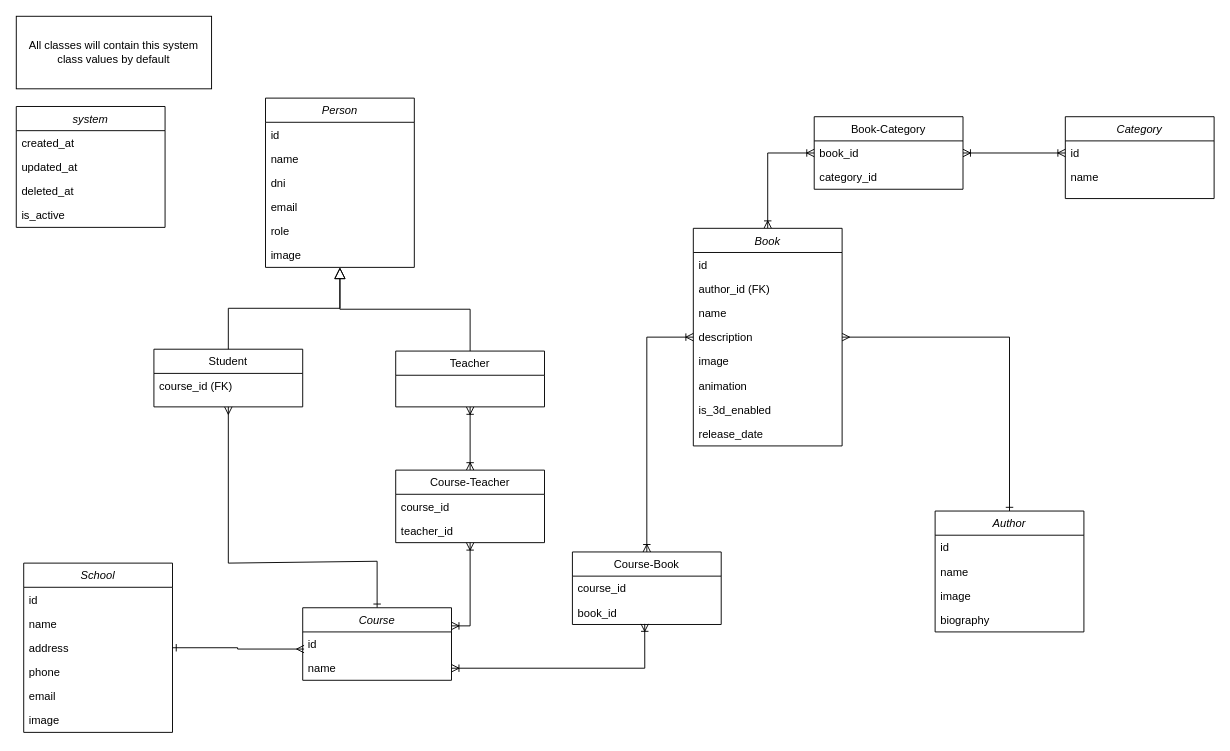
Earlier version of the draw.io diagram visualizar.drawio (Matisantillan11/visualizar-api). Source tidied: cells renumbered, new cells numbered last; positions are measured from the earlier drawing's top-left corner, leaving out a move shared by most shapes. Both pictures are drawn from the tidied source at 93%, with x=0, y=0 at pixel (16, 16).
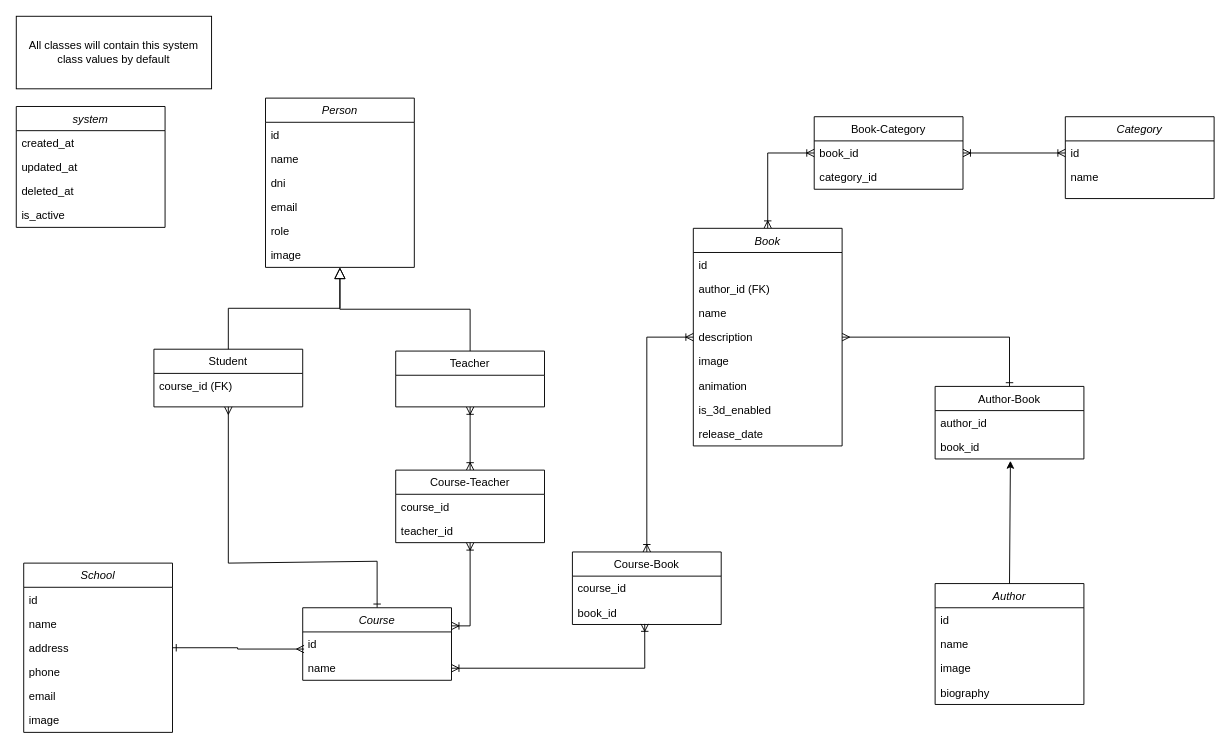
The same diagram, later.

Commit message (it also covers changes not shown here):
Add categories module with CRUD operations and database schema

The change refers to these unchanged cells:
```xml
<mxCell id="31" value="description" style="text;align=left;verticalAlign=top;spacingLeft=4;spacingRight=4;overflow=hidden;points=[[0,0.5],[1,0.5]];portConstraint=eastwest;rounded=0;shadow=0;html=0;" parent="27" vertex="1">
  <mxGeometry y="104" width="160" height="26" as="geometry" />
</mxCell>
```

Diff of the diagram source:
```diff
@@
-    <mxCell id="39" style="edgeStyle=orthogonalEdgeStyle;rounded=0;jettySize=auto;html=1;entryX=1;entryY=0.5;entryDx=0;entryDy=0;endArrow=ERmany;startFill=0;startArrow=ERone;endFill=0;" parent="1" edge="1" source="40" target="31">
+    <mxCell id="39" style="edgeStyle=orthogonalEdgeStyle;rounded=0;jettySize=auto;html=1;entryX=1;entryY=0.5;entryDx=0;entryDy=0;endArrow=ERmany;startFill=0;startArrow=ERone;endFill=0;exitX=0.5;exitY=0;exitDx=0;exitDy=0;" parent="1" edge="1" source="65" target="31">
       <mxGeometry relative="1" as="geometry" />
     </mxCell>
     <mxCell id="40" value="Author" style="swimlane;fontStyle=2;align=center;verticalAlign=top;horizontal=1;startSize=26;rounded=0;shadow=0;strokeWidth=1;" parent="1" vertex="1">
-      <mxGeometry x="988" y="532" width="160" height="130" as="geometry" />
+      <mxGeometry x="988" y="610" width="160" height="130" as="geometry" />
     </mxCell>
@@
+    <mxCell id="65" value="Author-Book" style="swimlane;fontStyle=0;align=center;verticalAlign=top;horizontal=1;startSize=26;rounded=0;shadow=0;strokeWidth=1;" parent="1" vertex="1">
+      <mxGeometry x="988" y="398" width="160" height="78" as="geometry" />
+    </mxCell>
+    <mxCell id="66" value="author_id" style="text;align=left;verticalAlign=top;spacingLeft=4;spacingRight=4;overflow=hidden;rounded=0;shadow=0;html=0;" parent="65" vertex="1">
+      <mxGeometry y="26" width="160" height="26" as="geometry" />
+    </mxCell>
+    <mxCell id="67" value="book_id" style="text;align=left;verticalAlign=top;spacingLeft=4;spacingRight=4;overflow=hidden;points=[[0,0.5],[1,0.5]];portConstraint=eastwest;rounded=0;shadow=0;html=0;" parent="65" vertex="1">
+      <mxGeometry y="52" width="160" height="26" as="geometry" />
+    </mxCell>
+    <mxCell id="68" style="edgeStyle=none;html=1;exitX=0.5;exitY=0;exitDx=0;exitDy=0;entryX=0.506;entryY=1.077;entryDx=0;entryDy=0;entryPerimeter=0;" parent="1" edge="1" source="40" target="67">
+      <mxGeometry relative="1" as="geometry" />
+    </mxCell>
```
